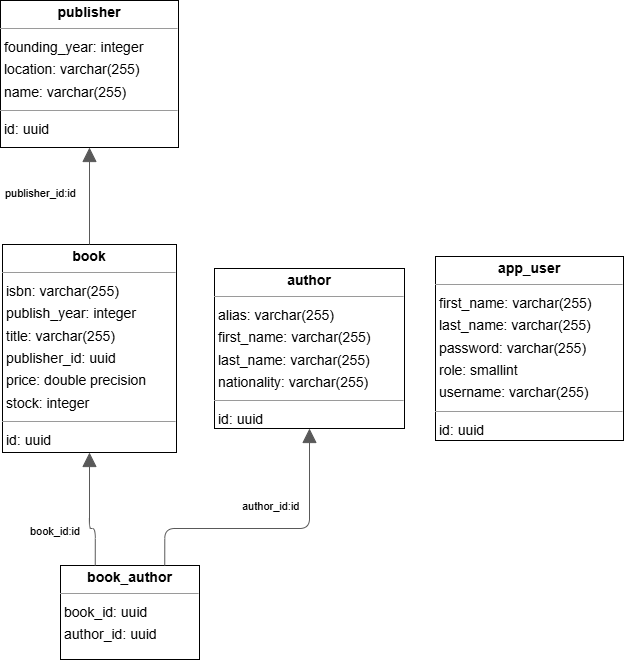
Above: pics/databse.png in l7aur/Library-Management-System (draw.io), before the change. Source tidied: cells renumbered, new cells last; positions are measured from the earlier drawing's top-left corner, leaving out a move shared by most shapes. The source it was exported from:
```xml
<mxGraphModel>
  <root>
    <mxCell id="0" />
    <mxCell id="1" parent="0" />
    <mxCell id="2" value="&lt;p style=&quot;margin:0px;margin-top:4px;text-align:center;&quot;&gt;&lt;b&gt;app_user&lt;/b&gt;&lt;/p&gt;&lt;hr size=&quot;1&quot;/&gt;&lt;p style=&quot;margin:0 0 0 4px;line-height:1.6;&quot;&gt; first_name: varchar(255)&lt;br/&gt; last_name: varchar(255)&lt;br/&gt; password: varchar(255)&lt;br/&gt; role: smallint&lt;br/&gt; username: varchar(255)&lt;/p&gt;&lt;hr size=&quot;1&quot;/&gt;&lt;p style=&quot;margin:0 0 0 4px;line-height:1.6;&quot;&gt; id: uuid&lt;/p&gt;" style="verticalAlign=top;align=left;overflow=fill;fontSize=14;fontFamily=Helvetica;html=1;rounded=0;shadow=0;comic=0;labelBackgroundColor=none;strokeWidth=1;" parent="1" vertex="1">
      <mxGeometry x="435" y="256" width="188" height="184" as="geometry" />
    </mxCell>
    <mxCell id="3" value="&lt;p style=&quot;margin:0px;margin-top:4px;text-align:center;&quot;&gt;&lt;b&gt;author&lt;/b&gt;&lt;/p&gt;&lt;hr size=&quot;1&quot;/&gt;&lt;p style=&quot;margin:0 0 0 4px;line-height:1.6;&quot;&gt; alias: varchar(255)&lt;br/&gt; first_name: varchar(255)&lt;br/&gt; last_name: varchar(255)&lt;br/&gt; nationality: varchar(255)&lt;/p&gt;&lt;hr size=&quot;1&quot;/&gt;&lt;p style=&quot;margin:0 0 0 4px;line-height:1.6;&quot;&gt; id: uuid&lt;/p&gt;" style="verticalAlign=top;align=left;overflow=fill;fontSize=14;fontFamily=Helvetica;html=1;rounded=0;shadow=0;comic=0;labelBackgroundColor=none;strokeWidth=1;" parent="1" vertex="1">
      <mxGeometry x="214" y="268" width="190" height="160" as="geometry" />
    </mxCell>
    <mxCell id="4" value="&lt;p style=&quot;margin:0px;margin-top:4px;text-align:center;&quot;&gt;&lt;b&gt;book&lt;/b&gt;&lt;/p&gt;&lt;hr size=&quot;1&quot;/&gt;&lt;p style=&quot;margin:0 0 0 4px;line-height:1.6;&quot;&gt; isbn: varchar(255)&lt;br/&gt; publish_year: integer&lt;br/&gt; title: varchar(255)&lt;br/&gt; publisher_id: uuid&lt;br/&gt; price: double precision&lt;br/&gt; stock: integer&lt;/p&gt;&lt;hr size=&quot;1&quot;/&gt;&lt;p style=&quot;margin:0 0 0 4px;line-height:1.6;&quot;&gt; id: uuid&lt;/p&gt;" style="verticalAlign=top;align=left;overflow=fill;fontSize=14;fontFamily=Helvetica;html=1;rounded=0;shadow=0;comic=0;labelBackgroundColor=none;strokeWidth=1;" parent="1" vertex="1">
      <mxGeometry x="2" y="244" width="174" height="208" as="geometry" />
    </mxCell>
    <mxCell id="5" value="&lt;p style=&quot;margin:0px;margin-top:4px;text-align:center;&quot;&gt;&lt;b&gt;book_author&lt;/b&gt;&lt;/p&gt;&lt;hr size=&quot;1&quot;/&gt;&lt;p style=&quot;margin:0 0 0 4px;line-height:1.6;&quot;&gt; book_id: uuid&lt;br/&gt; author_id: uuid&lt;/p&gt;" style="verticalAlign=top;align=left;overflow=fill;fontSize=14;fontFamily=Helvetica;html=1;rounded=0;shadow=0;comic=0;labelBackgroundColor=none;strokeWidth=1;" parent="1" vertex="1">
      <mxGeometry x="60" y="565" width="139" height="94" as="geometry" />
    </mxCell>
    <mxCell id="6" value="&lt;p style=&quot;margin:0px;margin-top:4px;text-align:center;&quot;&gt;&lt;b&gt;publisher&lt;/b&gt;&lt;/p&gt;&lt;hr size=&quot;1&quot;/&gt;&lt;p style=&quot;margin:0 0 0 4px;line-height:1.6;&quot;&gt; founding_year: integer&lt;br/&gt; location: varchar(255)&lt;br/&gt; name: varchar(255)&lt;/p&gt;&lt;hr size=&quot;1&quot;/&gt;&lt;p style=&quot;margin:0 0 0 4px;line-height:1.6;&quot;&gt; id: uuid&lt;/p&gt;" style="verticalAlign=top;align=left;overflow=fill;fontSize=14;fontFamily=Helvetica;html=1;rounded=0;shadow=0;comic=0;labelBackgroundColor=none;strokeWidth=1;" parent="1" vertex="1">
      <mxGeometry width="178" height="147" as="geometry" />
    </mxCell>
    <mxCell id="7" style="html=1;rounded=1;edgeStyle=orthogonalEdgeStyle;dashed=0;startArrow=none;endArrow=block;endSize=12;strokeColor=#595959;exitX=0.500;exitY=0.000;exitDx=0;exitDy=0;entryX=0.500;entryY=1.000;entryDx=0;entryDy=0;" parent="1" edge="1" source="4" target="6">
      <mxGeometry relative="1" as="geometry" />
    </mxCell>
    <mxCell id="8" value="publisher_id:id" style="edgeLabel;html=1;align=left;verticalAlign=top;strokeColor=default;" parent="7" vertex="1">
      <mxGeometry x="-92" y="76" as="geometry" />
    </mxCell>
    <mxCell id="9" style="html=1;rounded=1;edgeStyle=orthogonalEdgeStyle;dashed=0;startArrow=none;endArrow=block;endSize=12;strokeColor=#595959;exitX=0.750;exitY=0.000;exitDx=0;exitDy=0;entryX=0.500;entryY=1.000;entryDx=0;entryDy=0;" parent="1" edge="1" source="5" target="3">
      <mxGeometry relative="1" as="geometry">
        <Array as="points">
          <mxPoint x="164" y="528" />
          <mxPoint x="309" y="528" />
        </Array>
      </mxGeometry>
    </mxCell>
    <mxCell id="10" value="author_id:id" style="edgeLabel;html=1;align=left;verticalAlign=top;strokeColor=default;" parent="9" vertex="1">
      <mxGeometry x="145" y="389" as="geometry" />
    </mxCell>
    <mxCell id="11" style="html=1;rounded=1;edgeStyle=orthogonalEdgeStyle;dashed=0;startArrow=none;endArrow=block;endSize=12;strokeColor=#595959;exitX=0.250;exitY=0.000;exitDx=0;exitDy=0;entryX=0.500;entryY=1.000;entryDx=0;entryDy=0;" parent="1" edge="1" source="5" target="4">
      <mxGeometry relative="1" as="geometry">
        <Array as="points">
          <mxPoint x="94" y="528" />
          <mxPoint x="89" y="528" />
        </Array>
      </mxGeometry>
    </mxCell>
    <mxCell id="12" value="book_id:id" style="edgeLabel;html=1;align=left;verticalAlign=top;strokeColor=default;" parent="11" vertex="1">
      <mxGeometry x="-67" y="414" as="geometry" />
    </mxCell>
  </root>
</mxGraphModel>
```
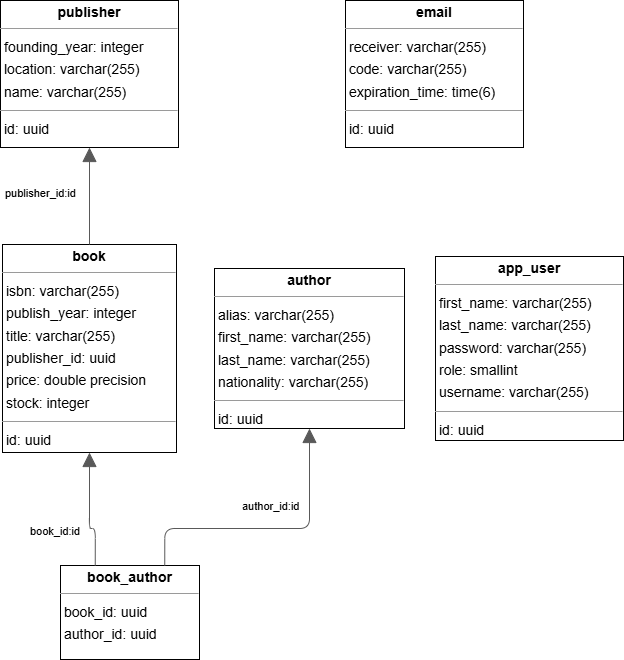
The same file after the commit.

What changed in the source:
```diff
@@ -45,5 +45,8 @@
     <mxCell id="12" value="book_id:id" style="edgeLabel;html=1;align=left;verticalAlign=top;strokeColor=default;" parent="11" vertex="1">
       <mxGeometry x="-67" y="414" as="geometry" />
     </mxCell>
+    <mxCell id="13" value="&lt;p style=&quot;margin:0px;margin-top:4px;text-align:center;&quot;&gt;&lt;b&gt;email&lt;/b&gt;&lt;/p&gt;&lt;hr size=&quot;1&quot;&gt;&lt;p style=&quot;margin:0 0 0 4px;line-height:1.6;&quot;&gt;receiver: varchar(255)&lt;/p&gt;&lt;p style=&quot;margin:0 0 0 4px;line-height:1.6;&quot;&gt;code: varchar(255)&lt;/p&gt;&lt;p style=&quot;margin:0 0 0 4px;line-height:1.6;&quot;&gt;expiration_time: time(6)&lt;/p&gt;&lt;hr size=&quot;1&quot;&gt;&lt;p style=&quot;margin:0 0 0 4px;line-height:1.6;&quot;&gt; id: uuid&lt;/p&gt;" style="verticalAlign=top;align=left;overflow=fill;fontSize=14;fontFamily=Helvetica;html=1;rounded=0;shadow=0;comic=0;labelBackgroundColor=none;strokeWidth=1;" parent="1" vertex="1">
+      <mxGeometry x="345" width="178" height="147" as="geometry" />
+    </mxCell>
   </root>
 </mxGraphModel>
```
